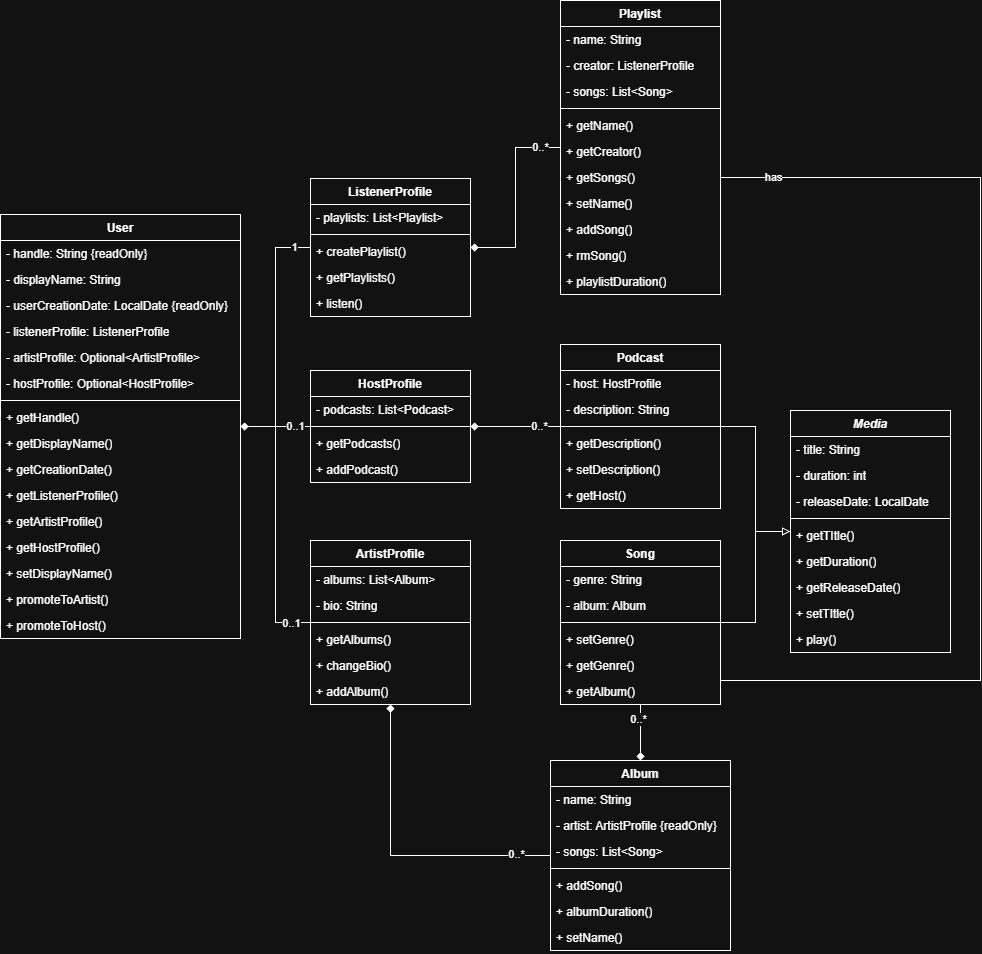
SailinEast/music-streaming-library keeps this draw.io diagram as docs/uml/music-streaming-library-Main.png. Above is the earlier version. Source tidied: cells renumbered, new cells last; positions are measured from the earlier drawing's top-left corner, leaving out a move shared by most shapes.
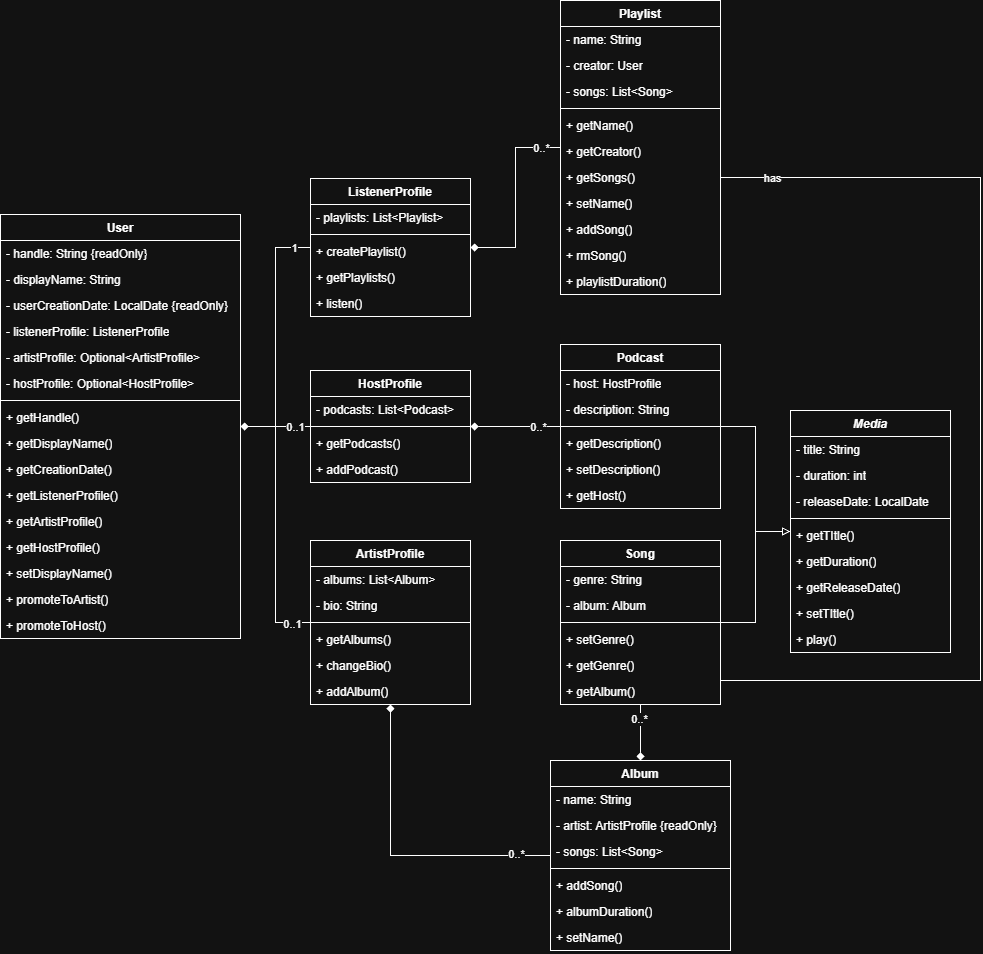
The same file after the commit.

The edit, as a diff of the source:
```diff
@@ -193,7 +193,7 @@
     <mxCell id="64" value="- name: String" style="text;strokeColor=none;fillColor=none;align=left;verticalAlign=top;spacingLeft=4;spacingRight=4;overflow=hidden;whiteSpace=wrap;html=1;" parent="63" vertex="1">
       <mxGeometry y="26" width="160" height="26" as="geometry" />
     </mxCell>
-    <mxCell id="65" value="- creator: ListenerProfile" style="text;strokeColor=none;fillColor=none;align=left;verticalAlign=top;spacingLeft=4;spacingRight=4;overflow=hidden;whiteSpace=wrap;html=1;" parent="63" vertex="1">
+    <mxCell id="65" value="- creator: User" style="text;strokeColor=none;fillColor=none;align=left;verticalAlign=top;spacingLeft=4;spacingRight=4;overflow=hidden;whiteSpace=wrap;html=1;" parent="63" vertex="1">
       <mxGeometry y="52" width="160" height="26" as="geometry" />
     </mxCell>
     <mxCell id="66" value="- songs: List&amp;lt;Song&amp;gt;" style="text;strokeColor=none;fillColor=none;align=left;verticalAlign=top;spacingLeft=4;spacingRight=4;overflow=hidden;whiteSpace=wrap;html=1;" parent="63" vertex="1">
```
